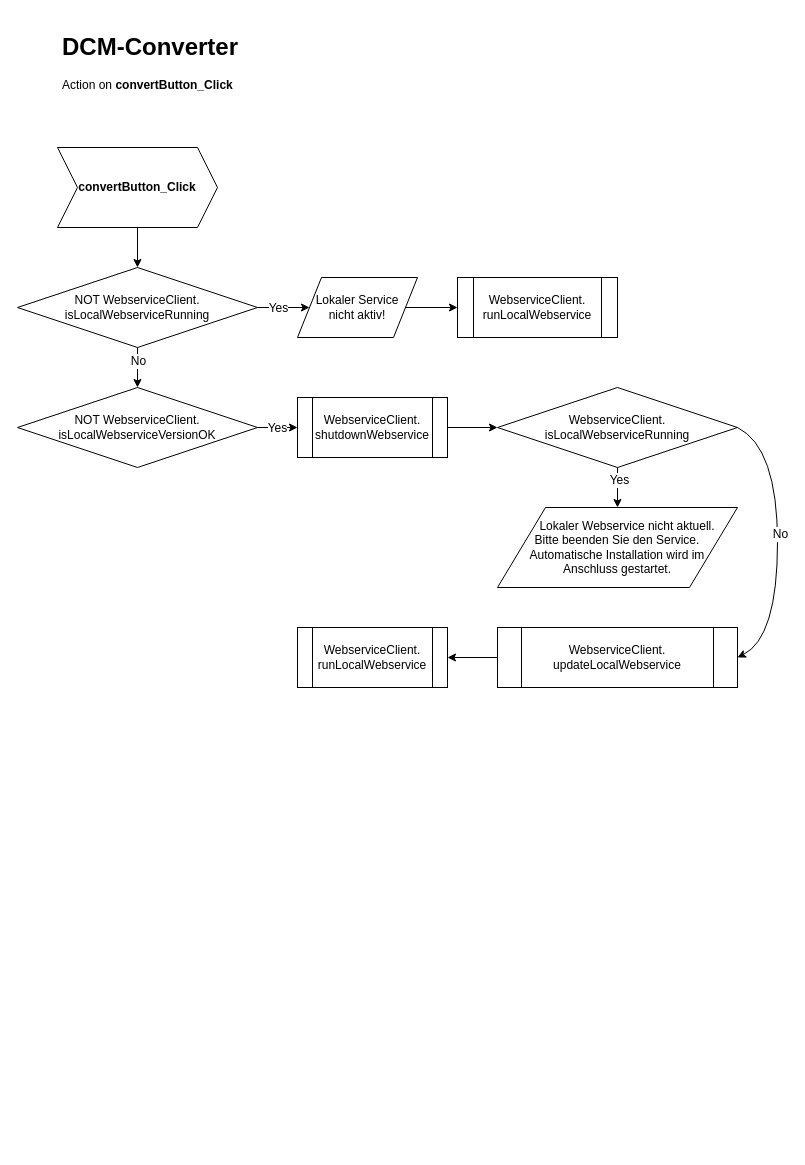
Above: PAP-convertButton_Click.drawio in toohoo/thotakefile (draw.io), before the change. Source tidied: cells renumbered, new cells numbered last; positions are measured from the earlier drawing's top-left corner, leaving out a move shared by most shapes. Both pictures are drawn from the tidied source at 100%, with x=0, y=0 at pixel (17, 27).
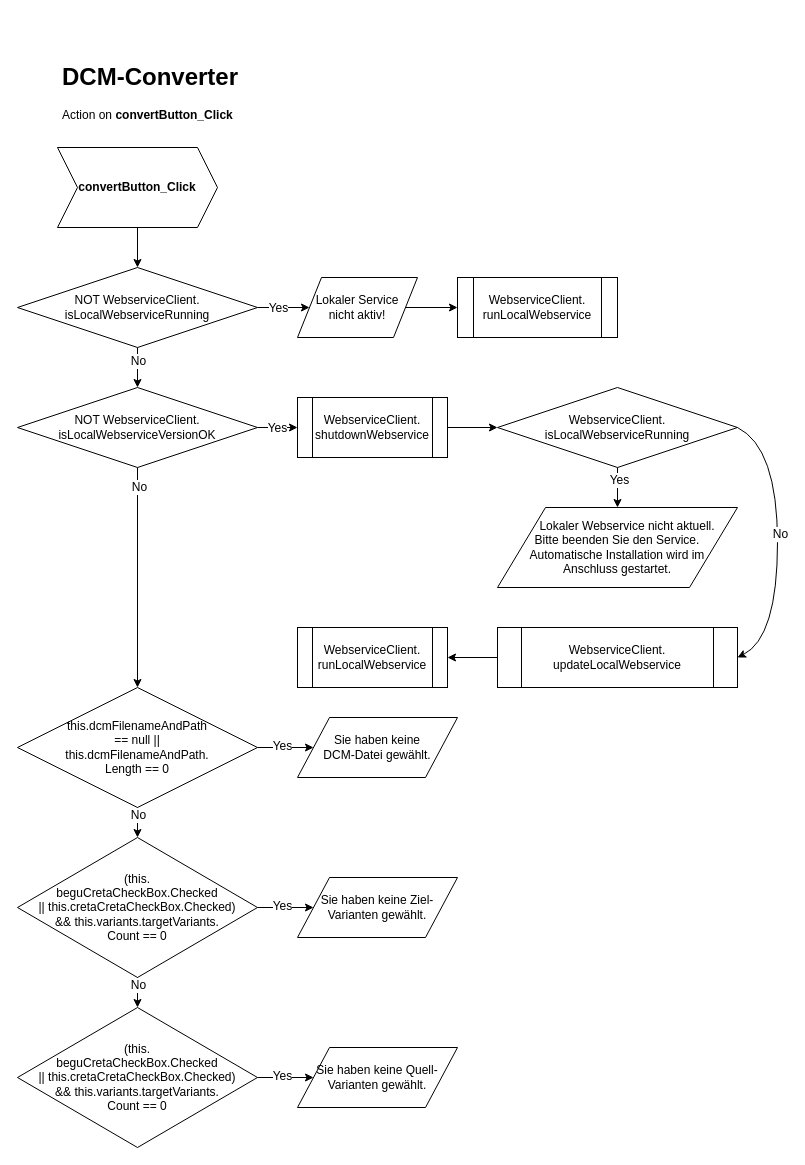
The same diagram, later.

Unchanged cells that the change refers to:
```xml
<mxCell id="11" value="NOT&amp;nbsp;WebserviceClient.&lt;br&gt;isLocalWebserviceVersionOK" style="rhombus;whiteSpace=wrap;html=1;" parent="1" vertex="1">
  <mxGeometry y="360" width="240" height="80" as="geometry" />
</mxCell>
```

What changed in the source:
```diff
@@
     <mxCell id="3" value="&lt;h1&gt;DCM-Converter&lt;/h1&gt;&lt;p&gt;Action on &lt;b&gt;convertButton_Click&lt;/b&gt;&lt;/p&gt;" style="text;html=1;strokeColor=none;fillColor=none;spacing=5;spacingTop=-20;whiteSpace=wrap;overflow=hidden;rounded=0;" parent="1" vertex="1">
-      <mxGeometry x="40" width="190" height="80" as="geometry" />
+      <mxGeometry x="40" y="30" width="190" height="80" as="geometry" />
     </mxCell>
@@
+    <mxCell id="27" value="this.dcmFilenameAndPath &lt;br&gt;== null || &lt;br&gt;this.dcmFilenameAndPath.&lt;br&gt;Length == 0" style="rhombus;whiteSpace=wrap;html=1;" parent="1" vertex="1">
+      <mxGeometry y="660" width="240" height="120" as="geometry" />
+    </mxCell>
+    <mxCell id="28" style="endArrow=classic;html=1;exitX=0.5;exitY=1;exitDx=0;exitDy=0;" parent="1" edge="1" source="11" target="27">
+      <mxGeometry relative="1" as="geometry" />
+    </mxCell>
+    <mxCell id="29" value="No" style="text;html=1;align=center;verticalAlign=middle;labelBackgroundColor=#ffffff;" parent="28" vertex="1">
+      <mxGeometry x="-0.83" y="1" relative="1" as="geometry" />
+    </mxCell>
+    <mxCell id="30" value="Sie haben keine &lt;br&gt;DCM-Datei gewählt." style="shape=parallelogram;perimeter=parallelogramPerimeter;whiteSpace=wrap;html=1;" parent="1" vertex="1">
+      <mxGeometry x="280" y="690" width="160" height="60" as="geometry" />
+    </mxCell>
+    <mxCell id="31" style="endArrow=classic;html=1;entryX=0;entryY=0.5;entryDx=0;entryDy=0;" parent="1" edge="1" target="30">
+      <mxGeometry relative="1" as="geometry">
+        <mxPoint x="240" y="720" as="sourcePoint" />
+      </mxGeometry>
+    </mxCell>
+    <mxCell id="32" value="Yes" style="text;html=1;align=center;verticalAlign=middle;labelBackgroundColor=#ffffff;" parent="31" vertex="1">
+      <mxGeometry x="-0.52" y="-1" relative="1" as="geometry">
+        <mxPoint x="11" y="-2.5" as="offset" />
+      </mxGeometry>
+    </mxCell>
+    <mxCell id="33" value="(this.&lt;br&gt;beguCretaCheckBox.Checked &lt;br&gt;|| this.cretaCretaCheckBox.Checked) &lt;br&gt;&amp;amp;&amp;amp; this.variants.targetVariants.&lt;br&gt;Count == 0" style="rhombus;whiteSpace=wrap;html=1;" parent="1" vertex="1">
+      <mxGeometry y="810" width="240" height="140" as="geometry" />
+    </mxCell>
+    <mxCell id="34" style="endArrow=classic;html=1;exitX=0.5;exitY=1;exitDx=0;exitDy=0;entryX=0.5;entryY=0;entryDx=0;entryDy=0;" parent="1" edge="1" source="27" target="33">
+      <mxGeometry relative="1" as="geometry" />
+    </mxCell>
+    <mxCell id="35" value="No" style="text;html=1;align=center;verticalAlign=middle;labelBackgroundColor=#ffffff;" parent="34" vertex="1">
+      <mxGeometry x="-0.53" relative="1" as="geometry" />
+    </mxCell>
+    <mxCell id="36" value="Sie haben keine Ziel-Varianten gewählt." style="shape=parallelogram;perimeter=parallelogramPerimeter;whiteSpace=wrap;html=1;" parent="1" vertex="1">
+      <mxGeometry x="280" y="850" width="160" height="60" as="geometry" />
+    </mxCell>
+    <mxCell id="37" style="endArrow=classic;html=1;entryX=0;entryY=0.5;entryDx=0;entryDy=0;exitX=1;exitY=0.5;exitDx=0;exitDy=0;" parent="1" edge="1" source="33" target="36">
+      <mxGeometry relative="1" as="geometry" />
+    </mxCell>
+    <mxCell id="38" value="Yes" style="text;html=1;align=center;verticalAlign=middle;labelBackgroundColor=#ffffff;" parent="37" vertex="1">
+      <mxGeometry x="-0.52" y="-1" relative="1" as="geometry">
+        <mxPoint x="11" y="-2.5" as="offset" />
+      </mxGeometry>
+    </mxCell>
+    <mxCell id="39" value="(this.&lt;br&gt;beguCretaCheckBox.Checked &lt;br&gt;|| this.cretaCretaCheckBox.Checked) &lt;br&gt;&amp;amp;&amp;amp; this.variants.targetVariants.&lt;br&gt;Count == 0" style="rhombus;whiteSpace=wrap;html=1;" parent="1" vertex="1">
+      <mxGeometry y="980" width="240" height="140" as="geometry" />
+    </mxCell>
+    <mxCell id="40" style="endArrow=classic;html=1;exitX=0.5;exitY=1;exitDx=0;exitDy=0;entryX=0.5;entryY=0;entryDx=0;entryDy=0;" parent="1" edge="1" source="33" target="39">
+      <mxGeometry relative="1" as="geometry" />
+    </mxCell>
+    <mxCell id="41" value="No" style="text;html=1;align=center;verticalAlign=middle;labelBackgroundColor=#ffffff;" parent="40" vertex="1">
+      <mxGeometry x="-0.53" relative="1" as="geometry" />
+    </mxCell>
+    <mxCell id="42" value="Sie haben keine Quell-Varianten gewählt." style="shape=parallelogram;perimeter=parallelogramPerimeter;whiteSpace=wrap;html=1;" parent="1" vertex="1">
+      <mxGeometry x="280" y="1020" width="160" height="60" as="geometry" />
+    </mxCell>
+    <mxCell id="43" style="endArrow=classic;html=1;entryX=0;entryY=0.5;entryDx=0;entryDy=0;exitX=1;exitY=0.5;exitDx=0;exitDy=0;" parent="1" edge="1" source="39" target="42">
+      <mxGeometry relative="1" as="geometry" />
+    </mxCell>
+    <mxCell id="44" value="Yes" style="text;html=1;align=center;verticalAlign=middle;labelBackgroundColor=#ffffff;" parent="43" vertex="1">
+      <mxGeometry x="-0.52" y="-1" relative="1" as="geometry">
+        <mxPoint x="11" y="-2.5" as="offset" />
+      </mxGeometry>
+    </mxCell>
```
